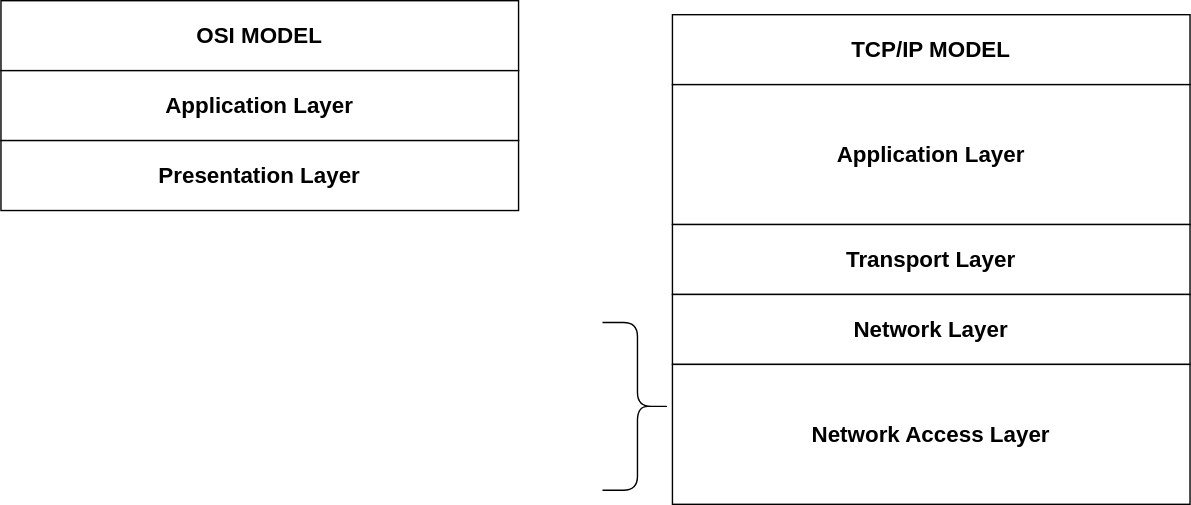
The draw.io diagram TCP/IP Model.drawio.svg in chloe-valentine/network-diagrams, before a commit. Source tidied: cells renumbered, new cells last; positions are measured from the earlier drawing's top-left corner, leaving out a move shared by most shapes.
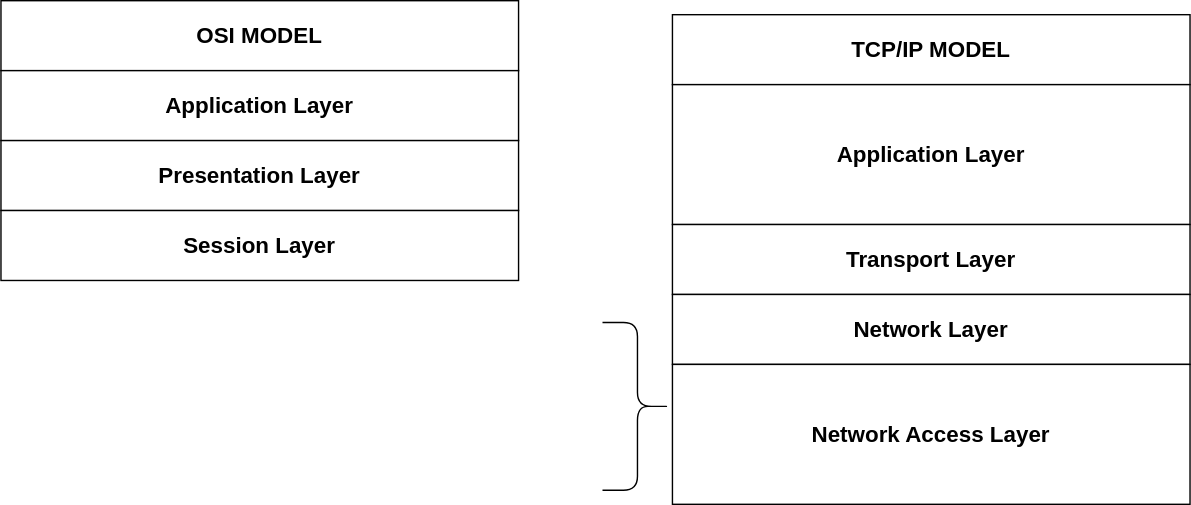
Later version of the same file.

Diff of the diagram source:
```diff
@@ -29,5 +29,8 @@
     <mxCell id="10" value="&lt;font style=&quot;font-size: 16px;&quot;&gt;&lt;b&gt;Presentation Layer&lt;/b&gt;&lt;/font&gt;" style="rounded=0;whiteSpace=wrap;html=1;" parent="1" vertex="1">
       <mxGeometry y="100" width="370" height="50" as="geometry" />
     </mxCell>
+    <mxCell id="11" value="&lt;font style=&quot;font-size: 16px;&quot;&gt;&lt;b&gt;Session Layer&lt;/b&gt;&lt;/font&gt;" style="rounded=0;whiteSpace=wrap;html=1;" parent="1" vertex="1">
+      <mxGeometry y="150" width="370" height="50" as="geometry" />
+    </mxCell>
   </root>
 </mxGraphModel>
```
